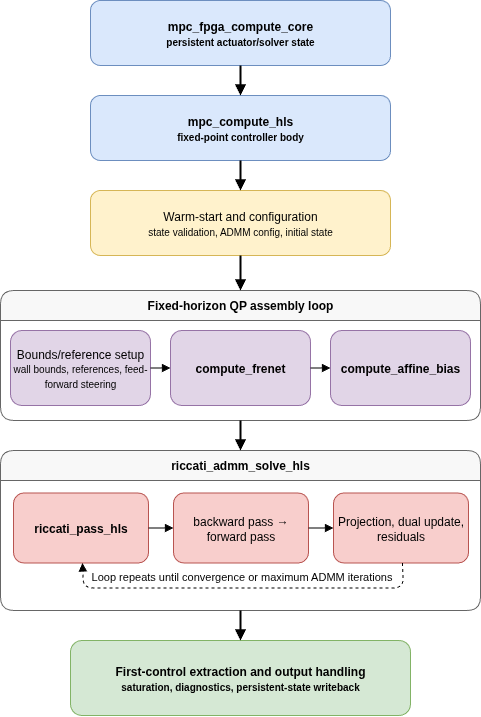
This is Logs/FPGA-flow.png from PascalBjorstorp/BachelorProject, a draw.io export, as it was before one commit. Source tidied: cells renumbered, new cells last; positions are measured from the earlier drawing's top-left corner, leaving out a move shared by most shapes.
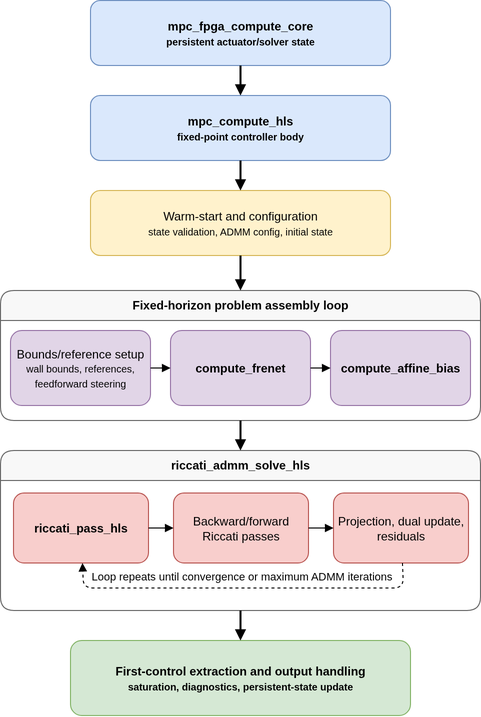
The same file after the commit.

Change to the diagram source:
```diff
@@ -11,10 +11,10 @@
     <mxCell id="4" value="Warm-start and configuration&lt;br&gt;&lt;font style=&quot;font-size: 10px;&quot;&gt;state validation, ADMM config, initial state&lt;/font&gt;" style="rounded=1;whiteSpace=wrap;html=1;fillColor=#fff2cc;strokeColor=#d6b656;" parent="1" vertex="1">
       <mxGeometry x="90" y="190" width="300" height="65" as="geometry" />
     </mxCell>
-    <mxCell id="5" value="Fixed-horizon QP assembly loop" style="swimlane;rounded=1;whiteSpace=wrap;html=1;fillColor=#f8f8f8;strokeColor=#666666;fontStyle=1;startSize=30;" parent="1" vertex="1">
+    <mxCell id="5" value="Fixed-horizon problem assembly loop" style="swimlane;rounded=1;whiteSpace=wrap;html=1;fillColor=#f8f8f8;strokeColor=#666666;fontStyle=1;startSize=30;" parent="1" vertex="1">
       <mxGeometry y="290" width="480" height="130" as="geometry" />
     </mxCell>
-    <mxCell id="6" value="Bounds/reference setup&lt;br&gt;&lt;font style=&quot;font-size: 10px;&quot;&gt;wall bounds, references, feed-forward steering&lt;/font&gt;" style="rounded=1;whiteSpace=wrap;html=1;fillColor=#e1d5e7;strokeColor=#9673a6;" parent="5" vertex="1">
+    <mxCell id="6" value="Bounds/reference setup&lt;br&gt;&lt;font style=&quot;font-size: 10px;&quot;&gt;wall bounds, references, feedforward steering&lt;/font&gt;" style="rounded=1;whiteSpace=wrap;html=1;fillColor=#e1d5e7;strokeColor=#9673a6;" parent="5" vertex="1">
       <mxGeometry x="10" y="40" width="140" height="75" as="geometry" />
     </mxCell>
     <mxCell id="7" value="compute_frenet" style="rounded=1;whiteSpace=wrap;html=1;fillColor=#e1d5e7;strokeColor=#9673a6;fontStyle=1;" parent="5" vertex="1">
@@ -35,7 +35,7 @@
     <mxCell id="12" value="riccati_pass_hls" style="rounded=1;whiteSpace=wrap;html=1;fillColor=#f8cecc;strokeColor=#b85450;fontStyle=1;" parent="11" vertex="1">
       <mxGeometry x="13" y="42.5" width="135" height="70" as="geometry" />
     </mxCell>
-    <mxCell id="13" value="backward pass → forward pass" style="rounded=1;whiteSpace=wrap;html=1;fillColor=#f8cecc;strokeColor=#b85450;" parent="11" vertex="1">
+    <mxCell id="13" value="Backward/forward Riccati passes" style="rounded=1;whiteSpace=wrap;html=1;fillColor=#f8cecc;strokeColor=#b85450;" parent="11" vertex="1">
       <mxGeometry x="173" y="42.5" width="135" height="70" as="geometry" />
     </mxCell>
     <mxCell id="14" value="Projection, dual update, residuals" style="rounded=1;whiteSpace=wrap;html=1;fillColor=#f8cecc;strokeColor=#b85450;" parent="11" vertex="1">
@@ -59,7 +59,7 @@
         </Array>
       </mxGeometry>
     </mxCell>
-    <mxCell id="19" value="First-control extraction and output handling&lt;br&gt;&lt;font style=&quot;font-size: 10px;&quot;&gt;saturation, diagnostics, persistent-state writeback&lt;/font&gt;" style="rounded=1;whiteSpace=wrap;html=1;fillColor=#d5e8d4;strokeColor=#82b366;fontStyle=1;" parent="1" vertex="1">
+    <mxCell id="19" value="First-control extraction and output handling&lt;br&gt;&lt;font style=&quot;font-size: 10px;&quot;&gt;saturation, diagnostics, persistent-state update&lt;/font&gt;" style="rounded=1;whiteSpace=wrap;html=1;fillColor=#d5e8d4;strokeColor=#82b366;fontStyle=1;" parent="1" vertex="1">
       <mxGeometry x="70" y="640" width="340" height="75" as="geometry" />
     </mxCell>
     <mxCell id="20" style="endArrow=block;html=1;rounded=0;strokeWidth=2;" parent="1" edge="1" source="2" target="3">
```
